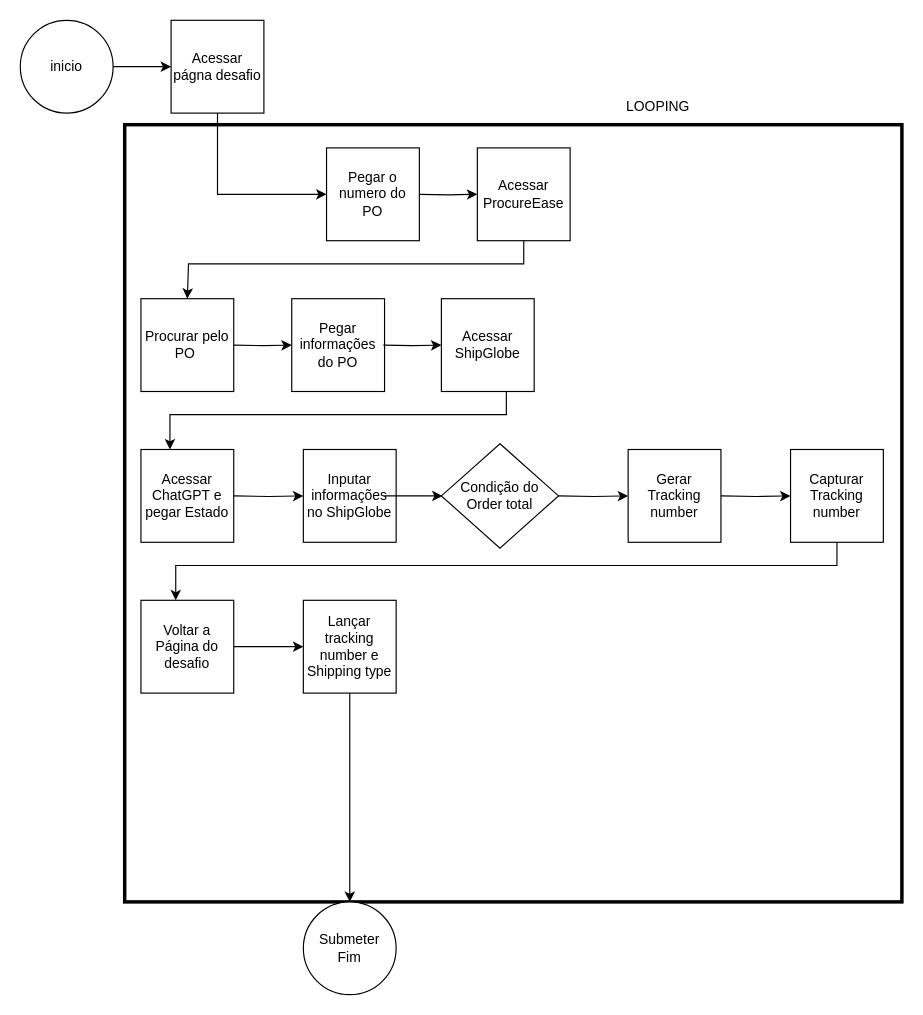
Before: Desafio2_AA.drawio in Rodrigo-Antonio-Silva/DrawioProjects, a draw.io diagram. Source tidied: cells renumbered, new cells numbered last; positions are measured from the earlier drawing's top-left corner, leaving out a move shared by most shapes. Both pictures are drawn from the tidied source at 116%, with x=0, y=0 at pixel (20, 20).
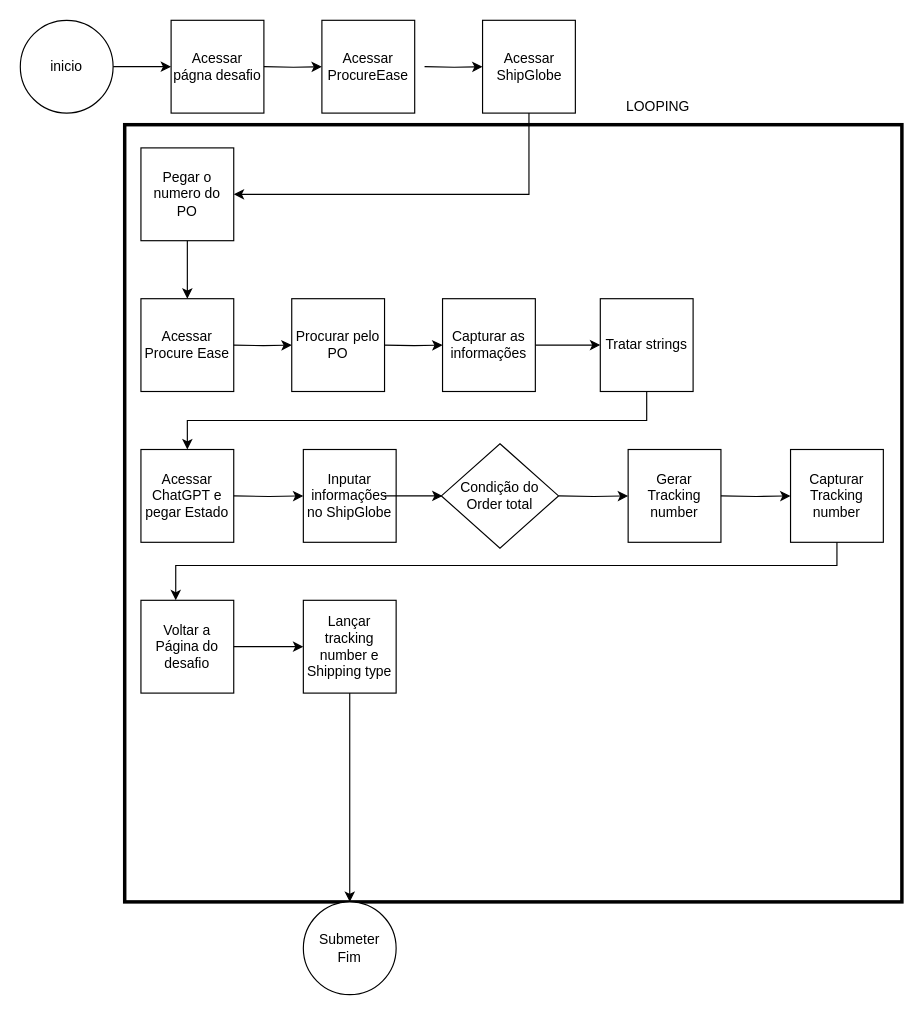
Above is the later version.

The change refers to these unchanged cells:
```xml
<mxCell id="6" value="Acessar págna desafio" style="whiteSpace=wrap;html=1;" parent="1" vertex="1">
  <mxGeometry x="130" width="80" height="80" as="geometry" />
</mxCell>
<mxCell id="15" value="Acessar ChatGPT e pegar Estado" style="whiteSpace=wrap;html=1;" parent="1" vertex="1">
  <mxGeometry x="104" y="370" width="80" height="80" as="geometry" />
</mxCell>
```

Change to the diagram source:
```diff
@@
-    <mxCell id="5" style="edgeStyle=orthogonalEdgeStyle;rounded=0;jettySize=auto;html=1;exitX=0.5;exitY=1;exitDx=0;exitDy=0;entryX=0;entryY=0.5;entryDx=0;entryDy=0;" parent="1" edge="1" source="6" target="7">
-      <mxGeometry relative="1" as="geometry" />
-    </mxCell>
@@
+    <mxCell id="34" style="edgeStyle=orthogonalEdgeStyle;rounded=0;jettySize=auto;html=1;exitX=0.5;exitY=1;exitDx=0;exitDy=0;entryX=0.5;entryY=0;entryDx=0;entryDy=0;" parent="1" edge="1" source="7" target="11">
+      <mxGeometry relative="1" as="geometry" />
+    </mxCell>
     <mxCell id="7" value="Pegar o numero do PO" style="whiteSpace=wrap;html=1;" parent="1" vertex="1">
-      <mxGeometry x="264" y="110" width="80" height="80" as="geometry" />
+      <mxGeometry x="104" y="110" width="80" height="80" as="geometry" />
     </mxCell>
-    <mxCell id="8" style="edgeStyle=orthogonalEdgeStyle;rounded=0;jettySize=auto;html=1;exitX=1;exitY=0.5;exitDx=0;exitDy=0;entryX=0;entryY=0.5;entryDx=0;entryDy=0;" parent="1" edge="1" target="10">
-      <mxGeometry relative="1" as="geometry">
-        <mxPoint x="344" y="150" as="sourcePoint" />
-      </mxGeometry>
-    </mxCell>
-    <mxCell id="9" style="edgeStyle=orthogonalEdgeStyle;rounded=0;jettySize=auto;html=1;exitX=0.5;exitY=1;exitDx=0;exitDy=0;" parent="1" edge="1" source="10">
-      <mxGeometry relative="1" as="geometry">
-        <mxPoint x="144" y="240" as="targetPoint" />
-        <Array as="points">
-          <mxPoint x="434" y="210" />
-          <mxPoint x="145" y="210" />
-        </Array>
-      </mxGeometry>
-    </mxCell>
-    <mxCell id="10" value="Acessar ProcureEase" style="whiteSpace=wrap;html=1;" parent="1" vertex="1">
-      <mxGeometry x="394" y="110" width="80" height="80" as="geometry" />
-    </mxCell>
-    <mxCell id="11" value="Procurar pelo PO&amp;nbsp;" style="whiteSpace=wrap;html=1;" parent="1" vertex="1">
+    <mxCell id="11" value="Acessar Procure Ease" style="whiteSpace=wrap;html=1;" parent="1" vertex="1">
       <mxGeometry x="104" y="240" width="80" height="80" as="geometry" />
     </mxCell>
@@
-    <mxCell id="13" value="Pegar informações do PO" style="whiteSpace=wrap;html=1;" parent="1" vertex="1">
+    <mxCell id="13" value="Procurar pelo PO" style="whiteSpace=wrap;html=1;" parent="1" vertex="1">
       <mxGeometry x="234" y="240" width="80" height="80" as="geometry" />
     </mxCell>
-    <mxCell id="14" style="edgeStyle=orthogonalEdgeStyle;rounded=0;orthogonalLoop=1;jettySize=auto;html=1;exitX=0.5;exitY=1;exitDx=0;exitDy=0;" parent="1" edge="1">
-      <mxGeometry relative="1" as="geometry">
-        <mxPoint x="419" y="320" as="sourcePoint" />
-        <mxPoint x="129" y="370" as="targetPoint" />
-        <Array as="points">
-          <mxPoint x="419" y="340" />
-          <mxPoint x="129" y="340" />
-        </Array>
-      </mxGeometry>
-    </mxCell>
@@
-    <mxCell id="18" style="edgeStyle=orthogonalEdgeStyle;rounded=0;jettySize=auto;html=1;exitX=1;exitY=0.5;exitDx=0;exitDy=0;entryX=0;entryY=0.5;entryDx=0;entryDy=0;" parent="1" edge="1" target="19">
-      <mxGeometry relative="1" as="geometry">
-        <mxPoint x="313" y="280" as="sourcePoint" />
-      </mxGeometry>
-    </mxCell>
-    <mxCell id="19" value="Acessar ShipGlobe" style="whiteSpace=wrap;html=1;" parent="1" vertex="1">
-      <mxGeometry x="363" y="240" width="80" height="80" as="geometry" />
-    </mxCell>
@@
+    <mxCell id="35" style="edgeStyle=orthogonalEdgeStyle;rounded=0;jettySize=auto;html=1;exitX=1;exitY=0.5;exitDx=0;exitDy=0;entryX=0;entryY=0.5;entryDx=0;entryDy=0;" parent="1" edge="1" target="10">
+      <mxGeometry relative="1" as="geometry">
+        <mxPoint x="210" y="40" as="sourcePoint" />
+      </mxGeometry>
+    </mxCell>
+    <mxCell id="10" value="Acessar ProcureEase" style="whiteSpace=wrap;html=1;" parent="1" vertex="1">
+      <mxGeometry x="260" width="80" height="80" as="geometry" />
+    </mxCell>
+    <mxCell id="36" style="edgeStyle=orthogonalEdgeStyle;rounded=0;jettySize=auto;html=1;exitX=1;exitY=0.5;exitDx=0;exitDy=0;entryX=0;entryY=0.5;entryDx=0;entryDy=0;" parent="1" edge="1" target="19">
+      <mxGeometry relative="1" as="geometry">
+        <mxPoint x="348.5" y="40" as="sourcePoint" />
+      </mxGeometry>
+    </mxCell>
+    <mxCell id="37" style="edgeStyle=orthogonalEdgeStyle;rounded=0;jettySize=auto;html=1;exitX=0.5;exitY=1;exitDx=0;exitDy=0;entryX=1;entryY=0.5;entryDx=0;entryDy=0;" parent="1" edge="1" source="19" target="7">
+      <mxGeometry relative="1" as="geometry" />
+    </mxCell>
+    <mxCell id="19" value="Acessar ShipGlobe" style="whiteSpace=wrap;html=1;" parent="1" vertex="1">
+      <mxGeometry x="398.5" width="80" height="80" as="geometry" />
+    </mxCell>
+    <mxCell id="38" style="edgeStyle=orthogonalEdgeStyle;rounded=0;jettySize=auto;html=1;exitX=1;exitY=0.5;exitDx=0;exitDy=0;entryX=0;entryY=0.5;entryDx=0;entryDy=0;" parent="1" edge="1" target="40">
+      <mxGeometry relative="1" as="geometry">
+        <mxPoint x="314" y="280" as="sourcePoint" />
+      </mxGeometry>
+    </mxCell>
+    <mxCell id="39" style="edgeStyle=orthogonalEdgeStyle;rounded=0;jettySize=auto;html=1;exitX=1;exitY=0.5;exitDx=0;exitDy=0;entryX=0;entryY=0.5;entryDx=0;entryDy=0;" parent="1" edge="1" source="40" target="42">
+      <mxGeometry relative="1" as="geometry" />
+    </mxCell>
+    <mxCell id="40" value="Capturar as informações" style="whiteSpace=wrap;html=1;" parent="1" vertex="1">
+      <mxGeometry x="364" y="240" width="80" height="80" as="geometry" />
+    </mxCell>
+    <mxCell id="41" style="edgeStyle=orthogonalEdgeStyle;rounded=0;jettySize=auto;html=1;exitX=0.5;exitY=1;exitDx=0;exitDy=0;entryX=0.5;entryY=0;entryDx=0;entryDy=0;" parent="1" edge="1" source="42" target="15">
+      <mxGeometry relative="1" as="geometry" />
+    </mxCell>
+    <mxCell id="42" value="Tratar strings" style="whiteSpace=wrap;html=1;" parent="1" vertex="1">
+      <mxGeometry x="500" y="240" width="80" height="80" as="geometry" />
+    </mxCell>
```
